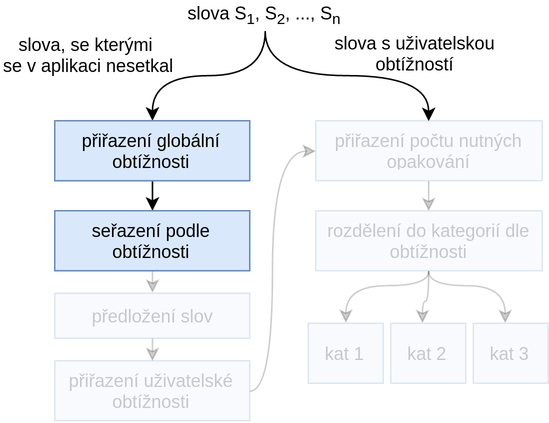
The draw.io diagram img/words-gen-algorithm-2.png in daniel-madera/dp-presentation, before a commit. Source tidied: cells renumbered, new cells last; positions are measured from the earlier drawing's top-left corner, leaving out a move shared by most shapes.
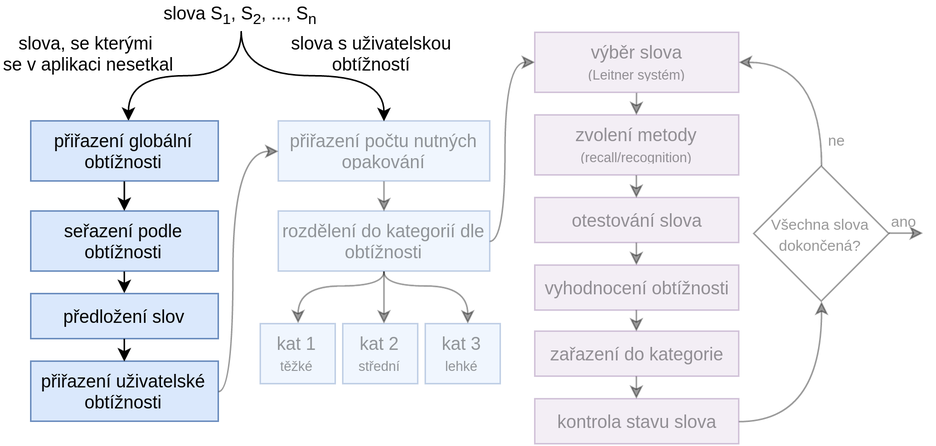
The same file after the commit.

What changed in the source:
```diff
@@ -1,12 +1,18 @@
-<mxGraphModel background="#ffffff">
+<mxGraphModel>
   <root>
     <mxCell id="0" />
     <mxCell id="1" parent="0" />
+    <mxCell id="4" value="slova S&lt;sub&gt;1&lt;/sub&gt;, S&lt;sub&gt;2&lt;/sub&gt;, ..., S&lt;sub&gt;n&lt;/sub&gt;" style="text;html=1;strokeColor=none;fillColor=none;align=center;verticalAlign=middle;whiteSpace=wrap;" parent="1" vertex="1">
+      <mxGeometry x="101" width="150" height="20" as="geometry" />
+    </mxCell>
+    <mxCell id="5" value="přiřazení počtu nutných opakování" style="whiteSpace=wrap;html=1;align=center;fillColor=#dae8fc;strokeColor=#6c8ebf;textOpacity=40;opacity=40;" parent="1" vertex="1">
+      <mxGeometry x="201" y="80" width="141" height="40" as="geometry" />
+    </mxCell>
     <mxCell id="2" style="edgeStyle=orthogonalEdgeStyle;html=1;exitX=0.5;exitY=1;entryX=0.5;entryY=0;endArrow=classic;endFill=1;jettySize=auto;strokeColor=#000000;curved=1;" parent="1" edge="1" source="4" target="5">
       <mxGeometry relative="1" as="geometry">
         <Array as="points">
           <mxPoint x="176" y="50" />
-          <mxPoint x="285" y="50" />
+          <mxPoint x="272" y="50" />
         </Array>
       </mxGeometry>
     </mxCell>
@@ -18,90 +24,164 @@
         </Array>
       </mxGeometry>
     </mxCell>
-    <mxCell id="4" value="slova S&lt;sub&gt;1&lt;/sub&gt;, S&lt;sub&gt;2&lt;/sub&gt;, ..., S&lt;sub&gt;n&lt;/sub&gt;" style="text;html=1;strokeColor=none;fillColor=none;align=center;verticalAlign=middle;whiteSpace=wrap;" parent="1" vertex="1">
-      <mxGeometry x="101" width="150" height="20" as="geometry" />
-    </mxCell>
-    <mxCell id="5" value="přiřazení počtu nutných opakování" style="whiteSpace=wrap;html=1;align=center;fillColor=#dae8fc;strokeColor=#6c8ebf;opacity=20;textOpacity=20;" parent="1" vertex="1">
-      <mxGeometry x="210" y="80" width="151" height="40" as="geometry" />
-    </mxCell>
-    <mxCell id="6" style="edgeStyle=orthogonalEdgeStyle;curved=1;html=1;exitX=0.5;exitY=1;endArrow=classic;endFill=1;jettySize=auto;strokeColor=#000000;" parent="1" edge="1" source="7" target="10">
-      <mxGeometry relative="1" as="geometry" />
-    </mxCell>
     <mxCell id="7" value="přiřazení globální obtížnosti" style="whiteSpace=wrap;html=1;align=center;fillColor=#dae8fc;strokeColor=#6c8ebf;" parent="1" vertex="1">
-      <mxGeometry x="36" y="80" width="130" height="40" as="geometry" />
+      <mxGeometry x="36" y="80" width="125" height="40" as="geometry" />
     </mxCell>
     <mxCell id="8" value="&lt;div style=&quot;text-align: center&quot;&gt;&lt;span&gt;slova, se kterými&amp;nbsp;&lt;/span&gt;&lt;/div&gt;&lt;div style=&quot;text-align: center&quot;&gt;se v aplikaci nesetkal&lt;/div&gt;" style="text;html=1;" parent="1" vertex="1">
-      <mxGeometry y="16" width="120" height="40" as="geometry" />
+      <mxGeometry x="16" y="15" width="120" height="40" as="geometry" />
     </mxCell>
+    <mxCell id="10" value="seřazení podle obtížnosti" style="whiteSpace=wrap;html=1;align=center;fillColor=#dae8fc;strokeColor=#6c8ebf;" parent="1" vertex="1">
+      <mxGeometry x="36" y="140" width="125" height="40" as="geometry" />
+    </mxCell>
+    <mxCell id="6" style="edgeStyle=orthogonalEdgeStyle;curved=1;html=1;exitX=0.5;exitY=1;endArrow=classic;endFill=1;jettySize=auto;strokeColor=#000000;" parent="1" edge="1" source="7" target="10">
+      <mxGeometry relative="1" as="geometry" />
+    </mxCell>
+    <mxCell id="12" value="předložení slov" style="whiteSpace=wrap;html=1;align=center;fillColor=#dae8fc;strokeColor=#6c8ebf;" parent="1" vertex="1">
+      <mxGeometry x="36" y="195" width="125" height="30" as="geometry" />
+    </mxCell>
-    <mxCell id="9" style="edgeStyle=orthogonalEdgeStyle;curved=1;html=1;exitX=0.5;exitY=1;entryX=0.5;entryY=0;endArrow=classic;endFill=1;jettySize=auto;strokeColor=#000000;opacity=20;textOpacity=20;" parent="1" edge="1" source="10" target="12">
+    <mxCell id="9" style="edgeStyle=orthogonalEdgeStyle;curved=1;html=1;exitX=0.5;exitY=1;entryX=0.5;entryY=0;endArrow=classic;endFill=1;jettySize=auto;strokeColor=#000000;" parent="1" edge="1" source="10" target="12">
       <mxGeometry relative="1" as="geometry" />
     </mxCell>
-    <mxCell id="10" value="seřazení podle obtížnosti" style="whiteSpace=wrap;html=1;align=center;fillColor=#dae8fc;strokeColor=#6c8ebf;" parent="1" vertex="1">
-      <mxGeometry x="36" y="140" width="130" height="40" as="geometry" />
-    </mxCell>
+    <mxCell id="14" value="přiřazení uživatelské obtížnosti" style="whiteSpace=wrap;html=1;align=center;fillColor=#dae8fc;strokeColor=#6c8ebf;" parent="1" vertex="1">
+      <mxGeometry x="36" y="240" width="125" height="40" as="geometry" />
+    </mxCell>
-    <mxCell id="11" style="edgeStyle=orthogonalEdgeStyle;curved=1;html=1;exitX=0.5;exitY=1;entryX=0.5;entryY=0;endArrow=classic;endFill=1;jettySize=auto;strokeColor=#000000;opacity=20;textOpacity=20;" parent="1" edge="1" source="12" target="14">
+    <mxCell id="11" style="edgeStyle=orthogonalEdgeStyle;curved=1;html=1;exitX=0.5;exitY=1;entryX=0.5;entryY=0;endArrow=classic;endFill=1;jettySize=auto;strokeColor=#000000;" parent="1" edge="1" source="12" target="14">
       <mxGeometry relative="1" as="geometry" />
     </mxCell>
-    <mxCell id="12" value="předložení slov" style="whiteSpace=wrap;html=1;align=center;fillColor=#dae8fc;strokeColor=#6c8ebf;opacity=20;textOpacity=20;" parent="1" vertex="1">
-      <mxGeometry x="36" y="195" width="130" height="30" as="geometry" />
-    </mxCell>
-    <mxCell id="13" style="edgeStyle=orthogonalEdgeStyle;curved=1;html=1;exitX=1;exitY=0.5;entryX=0;entryY=0.5;endArrow=classic;endFill=1;jettySize=auto;strokeColor=#000000;opacity=20;textOpacity=20;" parent="1" edge="1" source="14" target="5">
+    <mxCell id="13" style="edgeStyle=orthogonalEdgeStyle;curved=1;html=1;exitX=1;exitY=0.5;entryX=0;entryY=0.5;endArrow=classic;endFill=1;jettySize=auto;strokeColor=#000000;textOpacity=40;opacity=40;" parent="1" edge="1" source="14" target="5">
       <mxGeometry relative="1" as="geometry">
         <Array as="points">
-          <mxPoint x="181" y="260" />
-          <mxPoint x="181" y="100" />
+          <mxPoint x="171" y="260" />
+          <mxPoint x="171" y="100" />
         </Array>
       </mxGeometry>
     </mxCell>
-    <mxCell id="14" value="přiřazení uživatelské obtížnosti" style="whiteSpace=wrap;html=1;align=center;fillColor=#dae8fc;strokeColor=#6c8ebf;opacity=20;textOpacity=20;" parent="1" vertex="1">
-      <mxGeometry x="36" y="240" width="130" height="40" as="geometry" />
-    </mxCell>
     <mxCell id="15" value="&lt;div style=&quot;text-align: center&quot;&gt;slova s uživatelskou&lt;/div&gt;&lt;div style=&quot;text-align: center&quot;&gt;obtížností&lt;/div&gt;" style="text;html=1;" parent="1" vertex="1">
-      <mxGeometry x="221" y="15" width="120" height="40" as="geometry" />
+      <mxGeometry x="208" y="15" width="120" height="40" as="geometry" />
     </mxCell>
-    <mxCell id="16" style="edgeStyle=orthogonalEdgeStyle;curved=1;html=1;exitX=0.5;exitY=1;entryX=0;entryY=0.5;startSize=0;endArrow=classic;endFill=1;endSize=6;jettySize=auto;strokeColor=#000000;opacity=20;textOpacity=20;" parent="1" edge="1" source="19" target="21">
-      <mxGeometry relative="1" as="geometry">
-        <Array as="points">
-          <mxPoint x="285" y="190" />
-          <mxPoint x="230" y="190" />
-        </Array>
-      </mxGeometry>
-    </mxCell>
+    <mxCell id="24" style="edgeStyle=orthogonalEdgeStyle;curved=1;html=1;exitX=1;exitY=0.5;entryX=0;entryY=0.5;startSize=0;endArrow=classic;endFill=1;endSize=6;jettySize=auto;strokeColor=#000000;textOpacity=40;opacity=40;" parent="1" edge="1" source="19" target="33">
+      <mxGeometry relative="1" as="geometry">
+        <Array as="points">
+          <mxPoint x="352" y="160" />
+          <mxPoint x="352" y="41" />
+        </Array>
+      </mxGeometry>
+    </mxCell>
+    <mxCell id="19" value="rozdělení do kategorií dle obtížnosti" style="whiteSpace=wrap;html=1;align=center;fillColor=#dae8fc;strokeColor=#6c8ebf;textOpacity=40;opacity=40;" parent="1" vertex="1">
+      <mxGeometry x="201" y="140" width="141" height="40" as="geometry" />
+    </mxCell>
-    <mxCell id="17" style="edgeStyle=orthogonalEdgeStyle;curved=1;html=1;exitX=0.5;exitY=1;startSize=0;endArrow=classic;endFill=1;endSize=6;jettySize=auto;strokeColor=#000000;opacity=20;textOpacity=20;" parent="1" edge="1" source="19" target="23">
+    <mxCell id="17" style="edgeStyle=orthogonalEdgeStyle;curved=1;html=1;exitX=0.5;exitY=1;startSize=0;endArrow=classic;endFill=1;endSize=6;jettySize=auto;strokeColor=#000000;textOpacity=40;opacity=40;" parent="1" edge="1" source="19" target="23">
       <mxGeometry relative="1" as="geometry">
         <Array as="points">
-          <mxPoint x="285" y="200" />
-          <mxPoint x="281" y="200" />
+          <mxPoint x="272" y="190" />
+          <mxPoint x="272" y="190" />
         </Array>
       </mxGeometry>
     </mxCell>
-    <mxCell id="18" style="edgeStyle=orthogonalEdgeStyle;curved=1;html=1;exitX=0.5;exitY=1;startSize=0;endArrow=classic;endFill=1;endSize=6;jettySize=auto;strokeColor=#000000;opacity=20;textOpacity=20;" parent="1" edge="1" source="19" target="22">
-      <mxGeometry relative="1" as="geometry">
-        <Array as="points">
-          <mxPoint x="285" y="190" />
-          <mxPoint x="336" y="190" />
-        </Array>
-      </mxGeometry>
-    </mxCell>
-    <mxCell id="19" value="rozdělení do kategorií dle obtížnosti" style="whiteSpace=wrap;html=1;align=center;fillColor=#dae8fc;strokeColor=#6c8ebf;opacity=20;textOpacity=20;" parent="1" vertex="1">
-      <mxGeometry x="210" y="140" width="151" height="40" as="geometry" />
-    </mxCell>
-    <mxCell id="20" style="edgeStyle=orthogonalEdgeStyle;curved=1;html=1;exitX=0.5;exitY=1;endArrow=classic;endFill=1;jettySize=auto;strokeColor=#000000;entryX=0.5;entryY=0;opacity=20;textOpacity=20;" parent="1" edge="1" source="5" target="19">
-      <mxGeometry x="184.9" y="130.1" as="geometry">
+    <mxCell id="20" style="edgeStyle=orthogonalEdgeStyle;curved=1;html=1;exitX=0.5;exitY=1;endArrow=classic;endFill=1;jettySize=auto;strokeColor=#000000;entryX=0.5;entryY=0;textOpacity=40;opacity=40;" parent="1" edge="1" source="5" target="19">
+      <mxGeometry x="175.9" y="130.1" as="geometry">
         <Array as="points">
-          <mxPoint x="285" y="120" />
-          <mxPoint x="285" y="140" />
+          <mxPoint x="271" y="130" />
+          <mxPoint x="271" y="130" />
         </Array>
       </mxGeometry>
     </mxCell>
-    <mxCell id="21" value="kat 1" style="whiteSpace=wrap;html=1;strokeWidth=1;align=center;direction=south;fillColor=#dae8fc;strokeColor=#6c8ebf;opacity=20;textOpacity=20;" parent="1" vertex="1">
-      <mxGeometry x="205" y="215" width="50" height="40" as="geometry" />
+    <mxCell id="21" value="kat 1&lt;div&gt;&lt;font style=&quot;font-size: 9px&quot;&gt;těžké&lt;/font&gt;&lt;/div&gt;" style="whiteSpace=wrap;html=1;strokeWidth=1;align=center;direction=south;fillColor=#dae8fc;strokeColor=#6c8ebf;textOpacity=40;opacity=40;" parent="1" vertex="1">
+      <mxGeometry x="189" y="215" width="50" height="40" as="geometry" />
     </mxCell>
+    <mxCell id="16" style="edgeStyle=orthogonalEdgeStyle;curved=1;html=1;exitX=0.5;exitY=1;entryX=0;entryY=0.5;startSize=0;endArrow=classic;endFill=1;endSize=6;jettySize=auto;strokeColor=#000000;textOpacity=40;opacity=40;" parent="1" edge="1" source="19" target="21">
+      <mxGeometry relative="1" as="geometry">
+        <Array as="points">
+          <mxPoint x="271" y="190" />
+          <mxPoint x="214" y="190" />
+        </Array>
+      </mxGeometry>
+    </mxCell>
-    <mxCell id="22" value="kat 3" style="whiteSpace=wrap;html=1;strokeWidth=1;align=center;direction=south;fillColor=#dae8fc;strokeColor=#6c8ebf;opacity=20;textOpacity=20;" parent="1" vertex="1">
-      <mxGeometry x="315" y="215" width="50" height="40" as="geometry" />
+    <mxCell id="22" value="kat 3&lt;div&gt;&lt;font style=&quot;font-size: 9px&quot;&gt;lehké&lt;/font&gt;&lt;/div&gt;" style="whiteSpace=wrap;html=1;strokeWidth=1;align=center;direction=south;fillColor=#dae8fc;strokeColor=#6c8ebf;textOpacity=40;opacity=40;" parent="1" vertex="1">
+      <mxGeometry x="299" y="215" width="50" height="40" as="geometry" />
     </mxCell>
-    <mxCell id="23" value="kat 2" style="whiteSpace=wrap;html=1;strokeWidth=1;align=center;direction=south;fillColor=#dae8fc;strokeColor=#6c8ebf;opacity=20;textOpacity=20;" parent="1" vertex="1">
-      <mxGeometry x="260" y="215" width="50" height="40" as="geometry" />
+    <mxCell id="23" value="kat 2&lt;div&gt;&lt;font style=&quot;font-size: 9px&quot;&gt;střední&lt;/font&gt;&lt;/div&gt;" style="whiteSpace=wrap;html=1;strokeWidth=1;align=center;direction=south;fillColor=#dae8fc;strokeColor=#6c8ebf;textOpacity=40;opacity=40;" parent="1" vertex="1">
+      <mxGeometry x="244" y="215" width="50" height="40" as="geometry" />
     </mxCell>
+    <mxCell id="18" style="edgeStyle=orthogonalEdgeStyle;curved=1;html=1;exitX=0.5;exitY=1;startSize=0;endArrow=classic;endFill=1;endSize=6;jettySize=auto;strokeColor=#000000;textOpacity=40;opacity=40;" parent="1" edge="1" source="19" target="22">
+      <mxGeometry relative="1" as="geometry">
+        <Array as="points">
+          <mxPoint x="271" y="190" />
+          <mxPoint x="327" y="190" />
+        </Array>
+      </mxGeometry>
+    </mxCell>
+    <mxCell id="25" style="edgeStyle=orthogonalEdgeStyle;curved=1;html=1;exitX=0.5;exitY=1;entryX=0.5;entryY=0;startSize=0;endArrow=classic;endFill=1;endSize=6;jettySize=auto;strokeColor=#000000;textOpacity=40;opacity=40;" parent="1" edge="1" source="26" target="31">
+      <mxGeometry relative="1" as="geometry" />
+    </mxCell>
+    <mxCell id="26" value="otestování slova" style="whiteSpace=wrap;html=1;align=center;fillColor=#e1d5e7;strokeColor=#9673a6;textOpacity=40;opacity=40;" parent="1" vertex="1">
+      <mxGeometry x="372" y="131" width="136" height="30" as="geometry" />
+    </mxCell>
+    <mxCell id="27" style="edgeStyle=orthogonalEdgeStyle;curved=1;html=1;exitX=0.5;exitY=1;startSize=0;endArrow=classic;endFill=1;endSize=6;jettySize=auto;strokeColor=#000000;entryX=0.5;entryY=0;textOpacity=40;opacity=40;" parent="1" edge="1" source="28" target="26">
+      <mxGeometry relative="1" as="geometry" />
+    </mxCell>
+    <mxCell id="28" value="zvolení metody &lt;font style=&quot;font-size: 9px&quot;&gt;(recall/recognition)&lt;/font&gt;" style="whiteSpace=wrap;html=1;align=center;fillColor=#e1d5e7;strokeColor=#9673a6;textOpacity=40;opacity=40;" parent="1" vertex="1">
+      <mxGeometry x="372" y="76" width="136" height="40" as="geometry" />
+    </mxCell>
+    <mxCell id="29" style="edgeStyle=orthogonalEdgeStyle;curved=1;html=1;startSize=0;endArrow=classic;endFill=1;endSize=6;jettySize=auto;strokeColor=#000000;exitX=1;exitY=0.5;entryX=0.5;entryY=1;textOpacity=40;opacity=40;" parent="1" edge="1" source="39" target="38">
+      <mxGeometry relative="1" as="geometry">
+        <Array as="points">
+          <mxPoint x="563" y="280" />
+        </Array>
+      </mxGeometry>
+    </mxCell>
+    <mxCell id="30" style="edgeStyle=orthogonalEdgeStyle;curved=1;html=1;exitX=0.5;exitY=1;entryX=0.5;entryY=0;startSize=0;endArrow=classic;endFill=1;endSize=6;jettySize=auto;strokeColor=#000000;textOpacity=40;opacity=40;" parent="1" edge="1" source="31" target="41">
+      <mxGeometry relative="1" as="geometry" />
+    </mxCell>
+    <mxCell id="31" value="vyhodnocení obtížnosti" style="whiteSpace=wrap;html=1;align=center;fillColor=#e1d5e7;strokeColor=#9673a6;textOpacity=40;opacity=40;" parent="1" vertex="1">
+      <mxGeometry x="372" y="176" width="136" height="30" as="geometry" />
+    </mxCell>
+    <mxCell id="32" style="edgeStyle=orthogonalEdgeStyle;curved=1;html=1;exitX=0.5;exitY=1;entryX=0.5;entryY=0;startSize=0;endArrow=classic;endFill=1;endSize=6;jettySize=auto;strokeColor=#000000;textOpacity=40;opacity=40;" parent="1" edge="1" target="28">
+      <mxGeometry relative="1" as="geometry">
+        <mxPoint x="439.9" y="61.3" as="sourcePoint" />
+      </mxGeometry>
+    </mxCell>
+    <mxCell id="33" value="výběr slova&lt;div&gt;&lt;font style=&quot;font-size: 9px&quot;&gt;(Leitner systém)&lt;/font&gt;&lt;/div&gt;" style="whiteSpace=wrap;html=1;align=center;fillColor=#e1d5e7;strokeColor=#9673a6;textOpacity=40;opacity=40;" parent="1" vertex="1">
+      <mxGeometry x="372" y="21" width="136" height="40" as="geometry" />
+    </mxCell>
+    <mxCell id="34" style="edgeStyle=orthogonalEdgeStyle;curved=1;html=1;exitX=0.5;exitY=0;entryX=1;entryY=0.5;startSize=0;endArrow=classic;endFill=1;endSize=6;jettySize=auto;strokeColor=#000000;textOpacity=40;opacity=40;" parent="1" edge="1" source="38">
+      <mxGeometry relative="1" as="geometry">
+        <mxPoint x="507.9" y="41.3" as="targetPoint" />
+        <Array as="points">
+          <mxPoint x="563" y="41" />
+        </Array>
+      </mxGeometry>
+    </mxCell>
+    <mxCell id="35" value="ne" style="text;html=1;align=center;verticalAlign=middle;labelBackgroundColor=none;fontSize=10;textOpacity=40;" parent="34" vertex="1">
+      <mxGeometry x="-0.39" y="12" relative="1" as="geometry">
+        <mxPoint x="22" y="20" as="offset" />
+      </mxGeometry>
+    </mxCell>
+    <mxCell id="36" style="edgeStyle=orthogonalEdgeStyle;rounded=1;html=1;startSize=0;endArrow=classic;endFill=1;endSize=6;jettySize=auto;strokeColor=#000000;exitX=1;exitY=0.5;textOpacity=40;opacity=40;" parent="1" edge="1" source="38">
+      <mxGeometry relative="1" as="geometry">
+        <mxPoint x="631" y="155" as="targetPoint" />
+        <Array as="points">
+          <mxPoint x="621" y="155" />
+          <mxPoint x="621" y="155" />
+        </Array>
+      </mxGeometry>
+    </mxCell>
+    <mxCell id="37" value="ano" style="text;html=1;align=center;verticalAlign=middle;labelBackgroundColor=none;spacing=2;spacingTop=0;spacingLeft=0;fontSize=10;textOpacity=40;" parent="36" vertex="1">
+      <mxGeometry x="-0.31" y="2" relative="1" as="geometry">
+        <mxPoint x="2" y="-7" as="offset" />
+      </mxGeometry>
+    </mxCell>
+    <mxCell id="38" value="&lt;font style=&quot;font-size: 10px&quot;&gt;Všechna slova dokončená?&lt;/font&gt;" style="rhombus;whiteSpace=wrap;html=1;textOpacity=40;opacity=40;" parent="1" vertex="1">
+      <mxGeometry x="518" y="110" width="90" height="90" as="geometry" />
+    </mxCell>
+    <mxCell id="39" value="kontrola stavu slova" style="whiteSpace=wrap;html=1;align=center;fillColor=#e1d5e7;strokeColor=#9673a6;textOpacity=40;opacity=40;" parent="1" vertex="1">
+      <mxGeometry x="372" y="265" width="136" height="30" as="geometry" />
+    </mxCell>
+    <mxCell id="40" style="edgeStyle=orthogonalEdgeStyle;curved=1;html=1;exitX=0.5;exitY=1;entryX=0.5;entryY=0;startSize=0;endArrow=classic;endFill=1;endSize=6;jettySize=auto;strokeColor=#000000;textOpacity=40;opacity=40;" parent="1" edge="1" source="41" target="39">
+      <mxGeometry relative="1" as="geometry" />
+    </mxCell>
+    <mxCell id="41" value="zařazení do kategorie" style="whiteSpace=wrap;html=1;align=center;fillColor=#e1d5e7;strokeColor=#9673a6;textOpacity=40;opacity=40;" parent="1" vertex="1">
+      <mxGeometry x="372" y="220" width="136" height="30" as="geometry" />
+    </mxCell>
   </root>
 </mxGraphModel>
```
